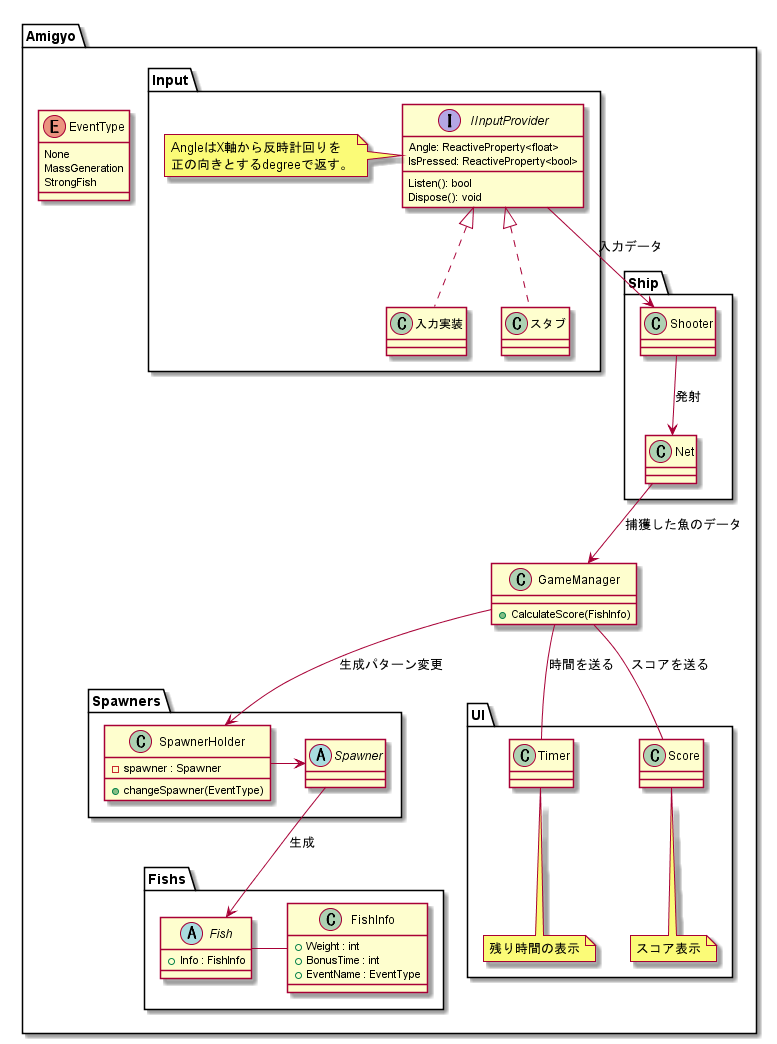
Before: docs/resources/Amigyo-class.png, a diagram exported from PlantUML (pumpkin1126/ami-gyo).
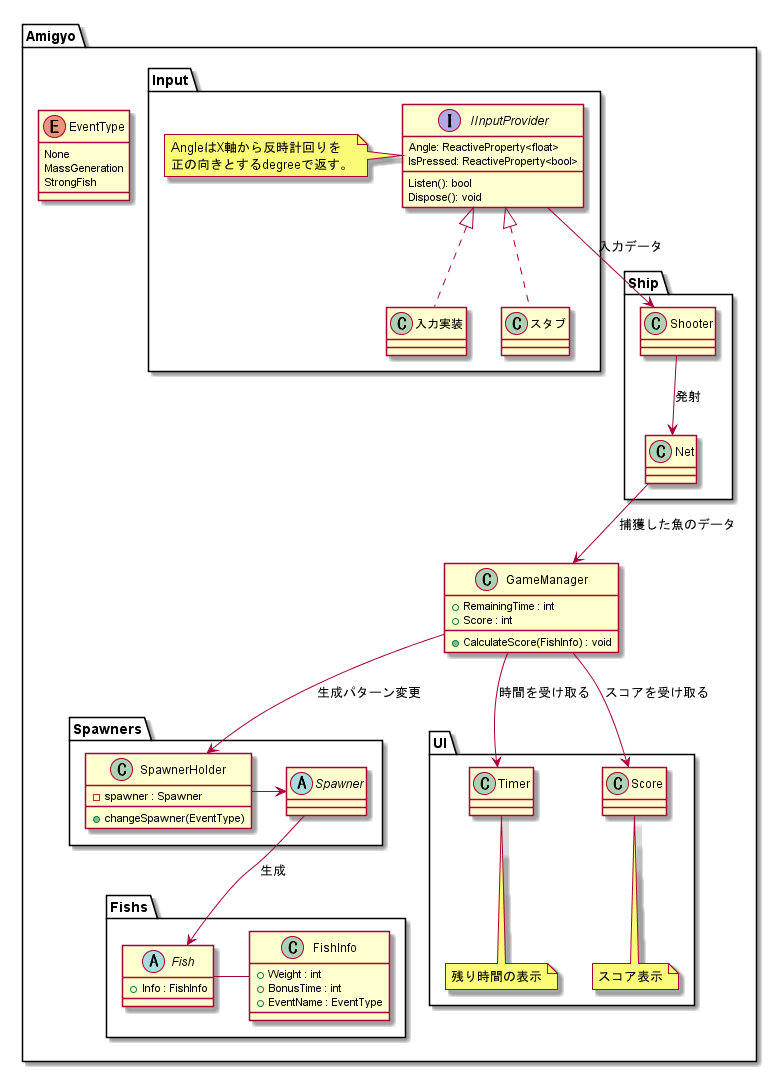
Above is the later version.

Commit message:
GameManagerにpublic変数追加

The edit, as a diff of the source:
```diff
@@ -44,7 +44,9 @@
     }
 
     class GameManager{
-        + CalculateScore(FishInfo)
+        + RemainingTime : int
+        + Score : int
+        + CalculateScore(FishInfo) : void
     }
 
     enum EventType{
@@ -75,8 +77,8 @@
         Shooter --> Net : 発射
     }
 
-    GameManager -- Amigyo.UI.Timer : 時間を送る
-    GameManager -- Amigyo.UI.Score : スコアを送る
+    GameManager --> Amigyo.UI.Timer : 時間を受け取る
+    GameManager --> Amigyo.UI.Score : スコアを受け取る
     GameManager --> Amigyo.Spawners.SpawnerHolder : 生成パターン変更
     Amigyo.Ship.Net --> GameManager : 捕獲した魚のデータ
     Amigyo.Input.IInputProvider --> Amigyo.Ship.Shooter : 入力データ
```
